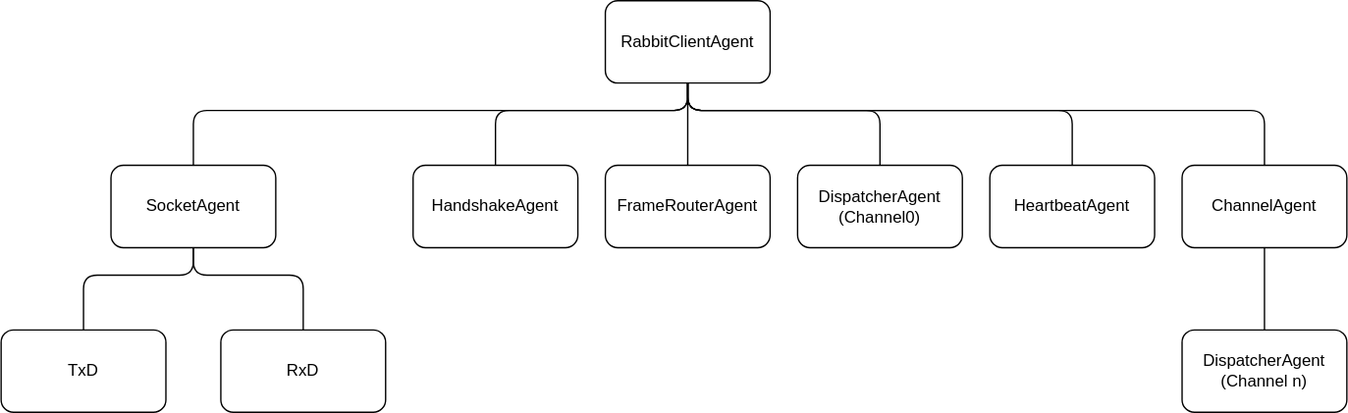
Matthew-Davey/Lapine keeps this draw.io diagram as Lapine.Core/Agents/AgentHierarchy.drawio.svg. Above is the earlier version. Source tidied: cells renumbered, new cells last; positions are measured from the earlier drawing's top-left corner, leaving out a move shared by most shapes. The source it was exported from:
```xml
<mxGraphModel>
  <root>
    <mxCell id="0" />
    <mxCell id="1" parent="0" />
    <mxCell id="2" value="RabbitClientAgent" style="rounded=1;whiteSpace=wrap;html=1;" parent="1" vertex="1">
      <mxGeometry x="440" width="120" height="60" as="geometry" />
    </mxCell>
    <mxCell id="3" value="HandshakeAgent" style="rounded=1;whiteSpace=wrap;html=1;" parent="1" vertex="1">
      <mxGeometry x="300" y="120" width="120" height="60" as="geometry" />
    </mxCell>
    <mxCell id="4" value="SocketAgent" style="rounded=1;whiteSpace=wrap;html=1;" parent="1" vertex="1">
      <mxGeometry x="80" y="120" width="120" height="60" as="geometry" />
    </mxCell>
    <mxCell id="5" value="TxD" style="rounded=1;whiteSpace=wrap;html=1;" parent="1" vertex="1">
      <mxGeometry y="240" width="120" height="60" as="geometry" />
    </mxCell>
    <mxCell id="6" value="RxD" style="rounded=1;whiteSpace=wrap;html=1;" parent="1" vertex="1">
      <mxGeometry x="160" y="240" width="120" height="60" as="geometry" />
    </mxCell>
    <mxCell id="7" value="FrameRouterAgent" style="rounded=1;whiteSpace=wrap;html=1;" parent="1" vertex="1">
      <mxGeometry x="440" y="120" width="120" height="60" as="geometry" />
    </mxCell>
    <mxCell id="8" value="DispatcherAgent&lt;br&gt;(Channel0)" style="rounded=1;whiteSpace=wrap;html=1;" parent="1" vertex="1">
      <mxGeometry x="580" y="120" width="120" height="60" as="geometry" />
    </mxCell>
    <mxCell id="9" value="HeartbeatAgent" style="rounded=1;whiteSpace=wrap;html=1;" parent="1" vertex="1">
      <mxGeometry x="720" y="120" width="120" height="60" as="geometry" />
    </mxCell>
    <mxCell id="10" value="ChannelAgent" style="rounded=1;whiteSpace=wrap;html=1;" parent="1" vertex="1">
      <mxGeometry x="860" y="120" width="120" height="60" as="geometry" />
    </mxCell>
    <mxCell id="11" value="DispatcherAgent&lt;br&gt;(Channel n)" style="rounded=1;whiteSpace=wrap;html=1;" parent="1" vertex="1">
      <mxGeometry x="860" y="240" width="120" height="60" as="geometry" />
    </mxCell>
    <mxCell id="12" style="endArrow=none;html=1;exitX=0.5;exitY=0;exitDx=0;exitDy=0;entryX=0.5;entryY=1;entryDx=0;entryDy=0;" parent="1" edge="1" source="4" target="2">
      <mxGeometry relative="1" as="geometry">
        <Array as="points">
          <mxPoint x="140" y="80" />
          <mxPoint x="500" y="80" />
        </Array>
      </mxGeometry>
    </mxCell>
    <mxCell id="13" style="endArrow=none;html=1;exitX=0.5;exitY=0;exitDx=0;exitDy=0;entryX=0.5;entryY=1;entryDx=0;entryDy=0;" parent="1" edge="1" source="3" target="2">
      <mxGeometry relative="1" as="geometry">
        <Array as="points">
          <mxPoint x="360" y="80" />
          <mxPoint x="500" y="80" />
        </Array>
      </mxGeometry>
    </mxCell>
    <mxCell id="14" style="endArrow=none;html=1;entryX=0.5;entryY=1;entryDx=0;entryDy=0;exitX=0.5;exitY=0;exitDx=0;exitDy=0;" parent="1" edge="1" source="7" target="2">
      <mxGeometry relative="1" as="geometry" />
    </mxCell>
    <mxCell id="15" style="endArrow=none;html=1;entryX=0.5;entryY=0;entryDx=0;entryDy=0;exitX=0.5;exitY=1;exitDx=0;exitDy=0;" parent="1" edge="1" source="2" target="8">
      <mxGeometry relative="1" as="geometry">
        <Array as="points">
          <mxPoint x="500" y="80" />
          <mxPoint x="640" y="80" />
        </Array>
      </mxGeometry>
    </mxCell>
    <mxCell id="16" style="endArrow=none;html=1;entryX=0.5;entryY=1;entryDx=0;entryDy=0;exitX=0.5;exitY=0;exitDx=0;exitDy=0;" parent="1" edge="1" source="5" target="4">
      <mxGeometry relative="1" as="geometry">
        <Array as="points">
          <mxPoint x="60" y="200" />
          <mxPoint x="140" y="200" />
        </Array>
      </mxGeometry>
    </mxCell>
    <mxCell id="17" style="endArrow=none;html=1;entryX=0.5;entryY=1;entryDx=0;entryDy=0;exitX=0.5;exitY=0;exitDx=0;exitDy=0;" parent="1" edge="1" source="6" target="4">
      <mxGeometry relative="1" as="geometry">
        <Array as="points">
          <mxPoint x="220" y="200" />
          <mxPoint x="140" y="200" />
        </Array>
      </mxGeometry>
    </mxCell>
    <mxCell id="18" style="endArrow=none;html=1;entryX=0.5;entryY=1;entryDx=0;entryDy=0;exitX=0.5;exitY=0;exitDx=0;exitDy=0;" parent="1" edge="1" source="9" target="2">
      <mxGeometry relative="1" as="geometry">
        <Array as="points">
          <mxPoint x="780" y="80" />
          <mxPoint x="500" y="80" />
        </Array>
      </mxGeometry>
    </mxCell>
    <mxCell id="19" style="endArrow=none;html=1;entryX=0.5;entryY=1;entryDx=0;entryDy=0;exitX=0.5;exitY=0;exitDx=0;exitDy=0;" parent="1" edge="1" source="10" target="2">
      <mxGeometry relative="1" as="geometry">
        <Array as="points">
          <mxPoint x="920" y="80" />
          <mxPoint x="500" y="80" />
        </Array>
      </mxGeometry>
    </mxCell>
    <mxCell id="20" style="endArrow=none;html=1;entryX=0.5;entryY=1;entryDx=0;entryDy=0;exitX=0.5;exitY=0;exitDx=0;exitDy=0;" parent="1" edge="1" source="11" target="10">
      <mxGeometry relative="1" as="geometry" />
    </mxCell>
  </root>
</mxGraphModel>
```
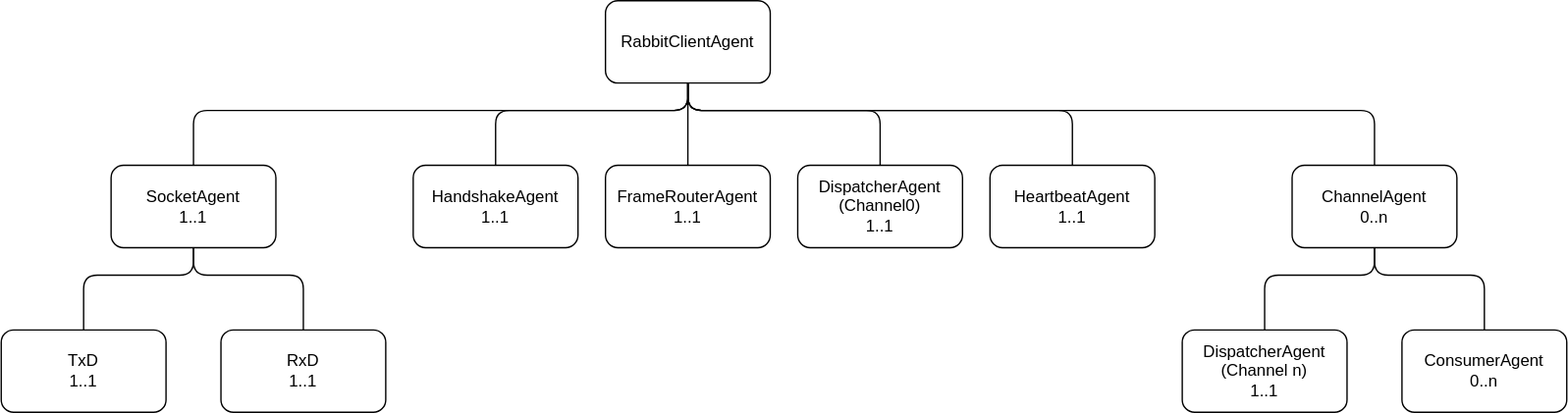
The same diagram one commit later.

What changed in the source:
```diff
@@ -5,31 +5,31 @@
     <mxCell id="2" value="RabbitClientAgent" style="rounded=1;whiteSpace=wrap;html=1;" parent="1" vertex="1">
       <mxGeometry x="440" width="120" height="60" as="geometry" />
     </mxCell>
-    <mxCell id="3" value="HandshakeAgent" style="rounded=1;whiteSpace=wrap;html=1;" parent="1" vertex="1">
+    <mxCell id="3" value="HandshakeAgent&lt;br&gt;1..1" style="rounded=1;whiteSpace=wrap;html=1;" parent="1" vertex="1">
       <mxGeometry x="300" y="120" width="120" height="60" as="geometry" />
     </mxCell>
-    <mxCell id="4" value="SocketAgent" style="rounded=1;whiteSpace=wrap;html=1;" parent="1" vertex="1">
+    <mxCell id="4" value="SocketAgent&lt;br&gt;1..1" style="rounded=1;whiteSpace=wrap;html=1;" parent="1" vertex="1">
       <mxGeometry x="80" y="120" width="120" height="60" as="geometry" />
     </mxCell>
-    <mxCell id="5" value="TxD" style="rounded=1;whiteSpace=wrap;html=1;" parent="1" vertex="1">
+    <mxCell id="5" value="TxD&lt;br&gt;1..1" style="rounded=1;whiteSpace=wrap;html=1;" parent="1" vertex="1">
       <mxGeometry y="240" width="120" height="60" as="geometry" />
     </mxCell>
-    <mxCell id="6" value="RxD" style="rounded=1;whiteSpace=wrap;html=1;" parent="1" vertex="1">
+    <mxCell id="6" value="RxD&lt;br&gt;1..1" style="rounded=1;whiteSpace=wrap;html=1;" parent="1" vertex="1">
       <mxGeometry x="160" y="240" width="120" height="60" as="geometry" />
     </mxCell>
-    <mxCell id="7" value="FrameRouterAgent" style="rounded=1;whiteSpace=wrap;html=1;" parent="1" vertex="1">
+    <mxCell id="7" value="FrameRouterAgent&lt;br&gt;1..1" style="rounded=1;whiteSpace=wrap;html=1;" parent="1" vertex="1">
       <mxGeometry x="440" y="120" width="120" height="60" as="geometry" />
     </mxCell>
-    <mxCell id="8" value="DispatcherAgent&lt;br&gt;(Channel0)" style="rounded=1;whiteSpace=wrap;html=1;" parent="1" vertex="1">
+    <mxCell id="8" value="DispatcherAgent&lt;br&gt;(Channel0)&lt;br&gt;1..1" style="rounded=1;whiteSpace=wrap;html=1;" parent="1" vertex="1">
       <mxGeometry x="580" y="120" width="120" height="60" as="geometry" />
     </mxCell>
-    <mxCell id="9" value="HeartbeatAgent" style="rounded=1;whiteSpace=wrap;html=1;" parent="1" vertex="1">
+    <mxCell id="9" value="HeartbeatAgent&lt;br&gt;1..1" style="rounded=1;whiteSpace=wrap;html=1;" parent="1" vertex="1">
       <mxGeometry x="720" y="120" width="120" height="60" as="geometry" />
     </mxCell>
-    <mxCell id="10" value="ChannelAgent" style="rounded=1;whiteSpace=wrap;html=1;" parent="1" vertex="1">
-      <mxGeometry x="860" y="120" width="120" height="60" as="geometry" />
+    <mxCell id="10" value="ChannelAgent&lt;br&gt;0..n" style="rounded=1;whiteSpace=wrap;html=1;" parent="1" vertex="1">
+      <mxGeometry x="940" y="120" width="120" height="60" as="geometry" />
     </mxCell>
-    <mxCell id="11" value="DispatcherAgent&lt;br&gt;(Channel n)" style="rounded=1;whiteSpace=wrap;html=1;" parent="1" vertex="1">
+    <mxCell id="11" value="DispatcherAgent&lt;br&gt;(Channel n)&lt;br&gt;1..1" style="rounded=1;whiteSpace=wrap;html=1;" parent="1" vertex="1">
       <mxGeometry x="860" y="240" width="120" height="60" as="geometry" />
     </mxCell>
     <mxCell id="12" style="endArrow=none;html=1;exitX=0.5;exitY=0;exitDx=0;exitDy=0;entryX=0.5;entryY=1;entryDx=0;entryDy=0;" parent="1" edge="1" source="4" target="2">
@@ -86,13 +86,29 @@
     <mxCell id="19" style="endArrow=none;html=1;entryX=0.5;entryY=1;entryDx=0;entryDy=0;exitX=0.5;exitY=0;exitDx=0;exitDy=0;" parent="1" edge="1" source="10" target="2">
       <mxGeometry relative="1" as="geometry">
         <Array as="points">
-          <mxPoint x="920" y="80" />
+          <mxPoint x="1000" y="80" />
           <mxPoint x="500" y="80" />
         </Array>
       </mxGeometry>
     </mxCell>
     <mxCell id="20" style="endArrow=none;html=1;entryX=0.5;entryY=1;entryDx=0;entryDy=0;exitX=0.5;exitY=0;exitDx=0;exitDy=0;" parent="1" edge="1" source="11" target="10">
-      <mxGeometry relative="1" as="geometry" />
+      <mxGeometry relative="1" as="geometry">
+        <Array as="points">
+          <mxPoint x="920" y="200" />
+          <mxPoint x="1000" y="200" />
+        </Array>
+      </mxGeometry>
     </mxCell>
+    <mxCell id="21" value="ConsumerAgent&lt;br&gt;0..n" style="rounded=1;whiteSpace=wrap;html=1;" parent="1" vertex="1">
+      <mxGeometry x="1020" y="240" width="120" height="60" as="geometry" />
+    </mxCell>
+    <mxCell id="22" style="endArrow=none;html=1;entryX=0.5;entryY=1;entryDx=0;entryDy=0;exitX=0.5;exitY=0;exitDx=0;exitDy=0;" parent="1" edge="1" source="21" target="10">
+      <mxGeometry relative="1" as="geometry">
+        <Array as="points">
+          <mxPoint x="1080" y="200" />
+          <mxPoint x="1000" y="200" />
+        </Array>
+      </mxGeometry>
+    </mxCell>
   </root>
 </mxGraphModel>
```
